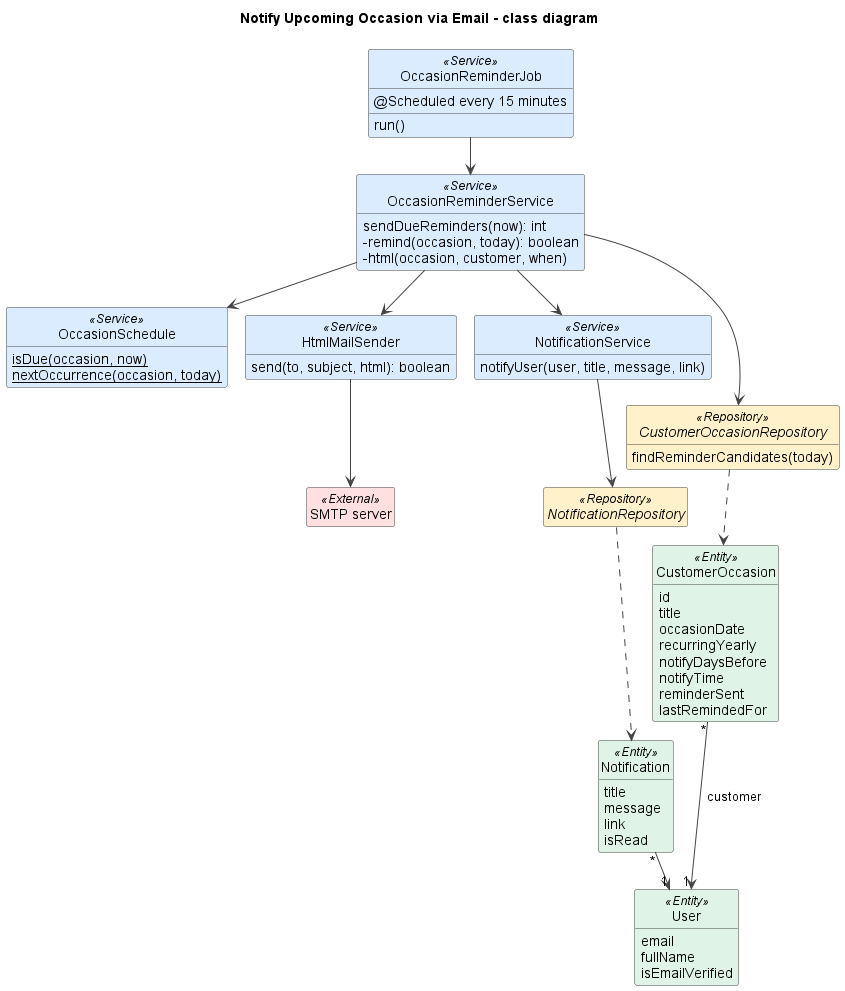
Above: docs/diagrams/09-notify-upcoming-occasion-class.png in duckpao/FlowerShop_SWP391 (PlantUML), before the change. Its diagram source:
```plantuml
@startuml
!pragma layout smetana
title Notify Upcoming Occasion via Email - class diagram
skinparam shadowing false
skinparam defaultFontName Arial
skinparam wrapWidth 240
skinparam ArrowColor #444444
skinparam classAttributeIconSize 0
skinparam nodesep 45
skinparam ranksep 50
skinparam class {
  BackgroundColor #FFFFFF
  BorderColor #444444
  BackgroundColor<<View>> #EADCFF
  BackgroundColor<<Controller>> #D8F3DC
  BackgroundColor<<Service>> #DCECFF
  BackgroundColor<<Repository>> #FFF1C9
  BackgroundColor<<Entity>> #E0F3E7
  BackgroundColor<<External>> #FFE0E0
}
hide empty members
hide circle

class OccasionReminderJob <<Service>> {
  @Scheduled every 15 minutes
  run()
}
class OccasionReminderService <<Service>> {
  sendDueReminders(now): int
  -remind(occasion, today): boolean
  -html(occasion, customer, when)
}
class OccasionSchedule <<Service>> {
  {static} isDue(occasion, now)
  {static} nextOccurrence(occasion, today)
}
class HtmlMailSender <<Service>> {
  send(to, subject, html): boolean
}
class NotificationService <<Service>> {
  notifyUser(user, title, message, link)
}
interface CustomerOccasionRepository <<Repository>> {
  findReminderCandidates(today)
}
interface NotificationRepository <<Repository>>
class CustomerOccasion <<Entity>> {
  id
  title
  occasionDate
  recurringYearly
  notifyDaysBefore
  notifyTime
  reminderSent
  lastRemindedFor
}
class User <<Entity>> {
  email
  fullName
  isEmailVerified
}
class Notification <<Entity>> {
  title
  message
  link
  isRead
}
class "SMTP server" as SMTP <<External>>

OccasionReminderJob --> OccasionReminderService
OccasionReminderService --> CustomerOccasionRepository
OccasionReminderService --> OccasionSchedule
OccasionReminderService --> HtmlMailSender
OccasionReminderService --> NotificationService
NotificationService --> NotificationRepository
HtmlMailSender --> SMTP
CustomerOccasionRepository ..> CustomerOccasion
NotificationRepository ..> Notification
CustomerOccasion "*" --> "1" User : customer
Notification "*" --> "1" User

@enduml
```
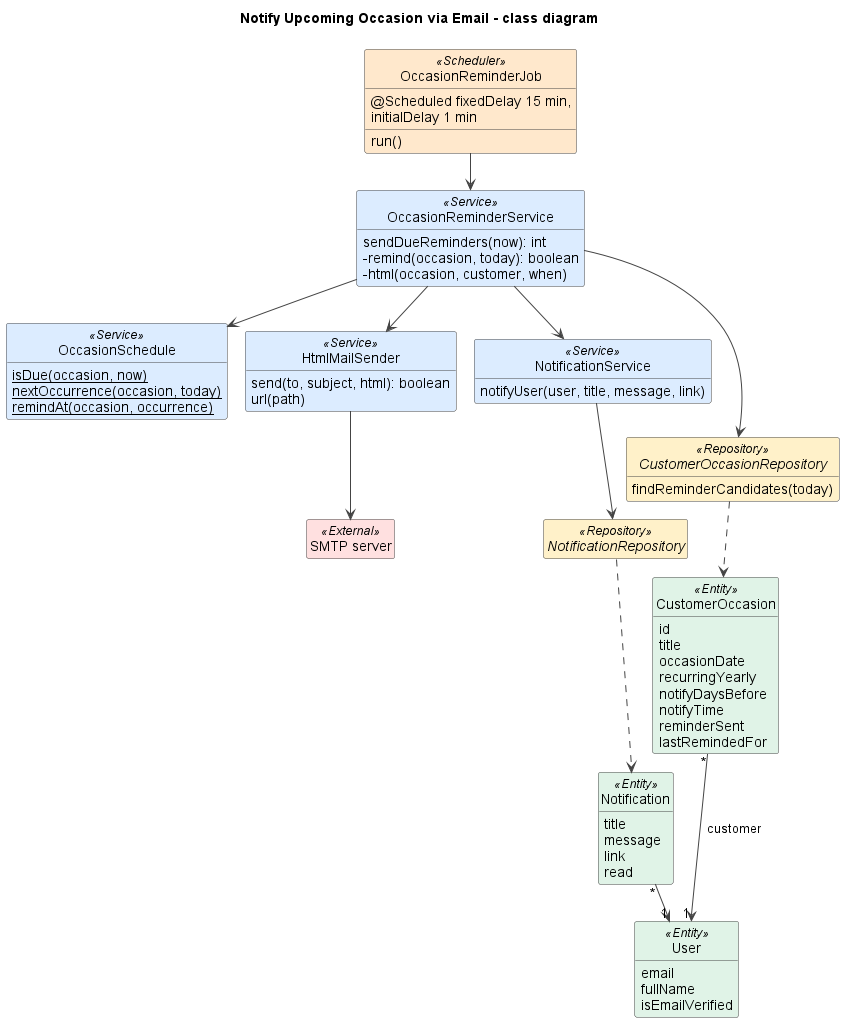
After the change.

Change to the diagram source:
```diff
@@ -16,13 +16,15 @@
   BackgroundColor<<Service>> #DCECFF
   BackgroundColor<<Repository>> #FFF1C9
   BackgroundColor<<Entity>> #E0F3E7
+  BackgroundColor<<DTO>> #FCE7F3
+  BackgroundColor<<Scheduler>> #FFE8CC
   BackgroundColor<<External>> #FFE0E0
 }
 hide empty members
 hide circle
 
-class OccasionReminderJob <<Service>> {
-  @Scheduled every 15 minutes
+class OccasionReminderJob <<Scheduler>> {
+  @Scheduled fixedDelay 15 min, initialDelay 1 min
   run()
 }
 class OccasionReminderService <<Service>> {
@@ -33,9 +35,11 @@
 class OccasionSchedule <<Service>> {
   {static} isDue(occasion, now)
   {static} nextOccurrence(occasion, today)
+  {static} remindAt(occasion, occurrence)
 }
 class HtmlMailSender <<Service>> {
   send(to, subject, html): boolean
+  url(path)
 }
 class NotificationService <<Service>> {
   notifyUser(user, title, message, link)
@@ -63,7 +67,7 @@
   title
   message
   link
-  isRead
+  read
 }
 class "SMTP server" as SMTP <<External>>
 
```
